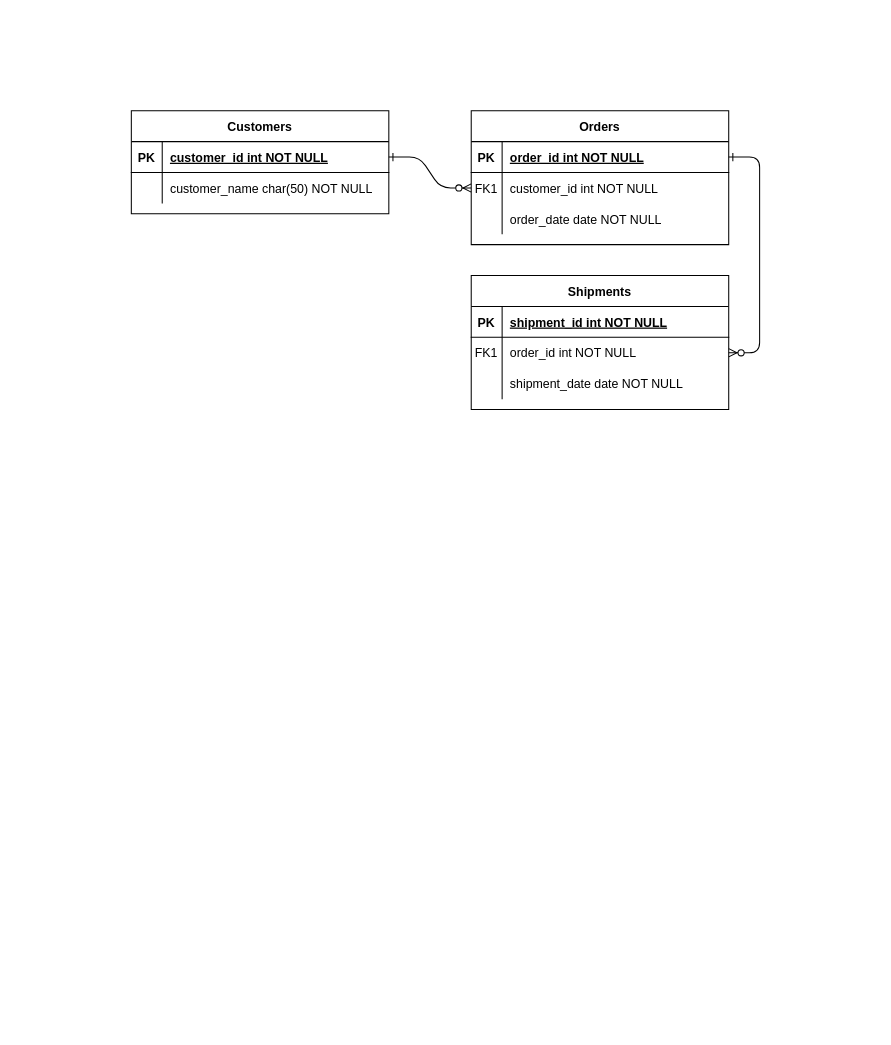
perilloArt3159/database-mysql-assessment keeps this draw.io diagram as erd/ShoppingCartERD.drawio. Above is the earlier version. Source tidied: cells renumbered, new cells numbered last; positions are measured from the earlier drawing's top-left corner, leaving out a move shared by most shapes. Both pictures are drawn from the tidied source at 103%, with x=0, y=0 at pixel (131, 110).
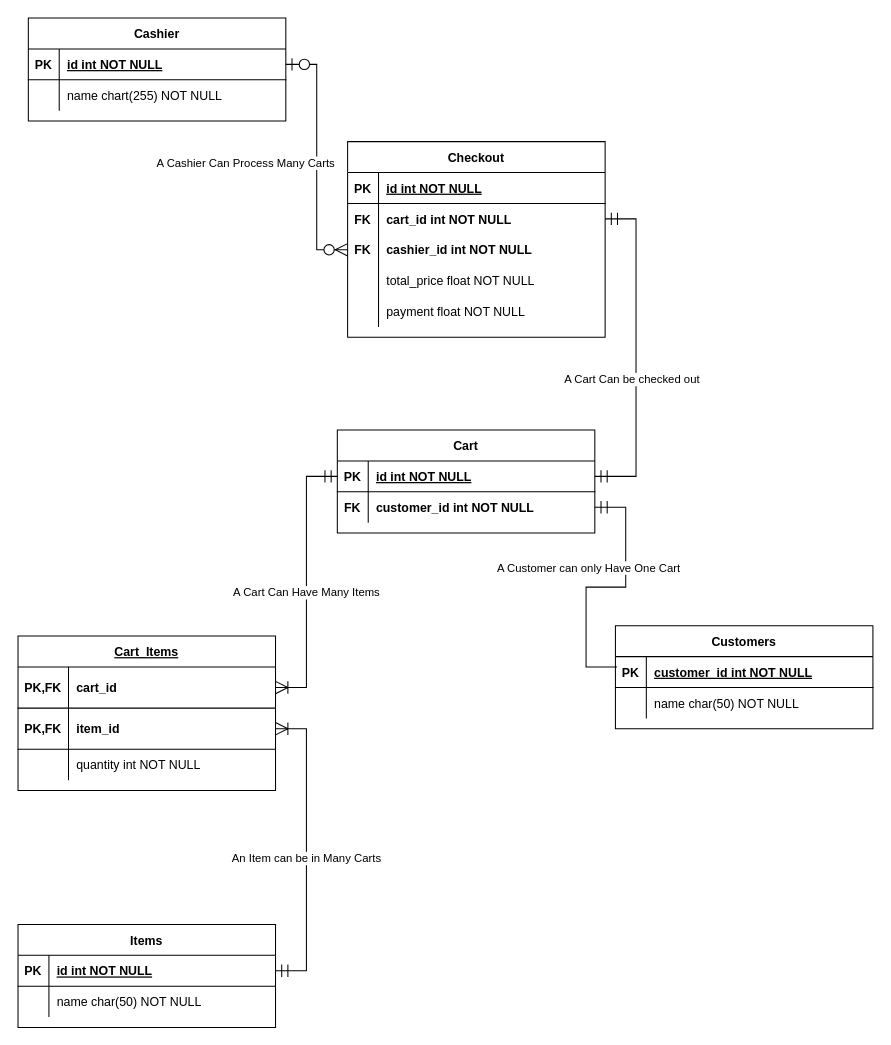
The same diagram, later.

Commit message:
:sparkles: Shopping Cart ERD Done

The change refers to these unchanged cells:
```xml
<mxCell id="5" style="shape=partialRectangle;fillColor=none;points=[[0,0.5],[1,0.5]];portConstraint=eastwest;top=0;left=0;right=0;bottom=1;" parent="4" vertex="1">
  <mxGeometry y="30" width="250" height="30" as="geometry" />
</mxCell>
<mxCell id="15" style="shape=partialRectangle;fillColor=none;points=[[0,0.5],[1,0.5]];portConstraint=eastwest;top=0;left=0;right=0;bottom=1;" parent="14" vertex="1">
  <mxGeometry y="30" width="250" height="30" as="geometry" />
</mxCell>
<mxCell id="25" style="shape=partialRectangle;fillColor=none;points=[[0,0.5],[1,0.5]];portConstraint=eastwest;top=0;left=0;right=0;bottom=1;" parent="24" vertex="1">
  <mxGeometry y="30" width="250" height="30" as="geometry" />
</mxCell>
<mxCell id="28" style="shape=partialRectangle;fillColor=none;top=0;left=0;right=0;bottom=0;" parent="24" vertex="1">
  <mxGeometry y="60" width="250" height="30" as="geometry" />
</mxCell>
```

What changed in the source:
```diff
@@
-    <mxCell id="2" style="edgeStyle=entityRelationEdgeStyle;endArrow=ERzeroToMany;startArrow=ERone;endFill=1;startFill=0;" parent="1" edge="1" source="25" target="8">
-      <mxGeometry relative="1" as="geometry" />
-    </mxCell>
-    <mxCell id="3" style="edgeStyle=entityRelationEdgeStyle;endArrow=ERzeroToMany;startArrow=ERone;endFill=1;startFill=0;" parent="1" edge="1" source="5" target="18">
-      <mxGeometry relative="1" as="geometry" />
-    </mxCell>
-    <mxCell id="4" value="Orders" style="shape=table;startSize=30;childLayout=tableLayout;rowLines=0;fontStyle=1;align=center;" parent="1" vertex="1">
-      <mxGeometry x="330" width="250" height="130" as="geometry" />
+    <mxCell id="4" value="Items" style="shape=table;startSize=30;childLayout=tableLayout;rowLines=0;fontStyle=1;align=center;" parent="1" vertex="1">
+      <mxGeometry x="-110" y="790" width="250" height="100" as="geometry" />
     </mxCell>
@@
-    <mxCell id="7" value="order_id int NOT NULL " style="shape=partialRectangle;overflow=hidden;fillColor=none;top=0;left=0;bottom=0;right=0;align=left;spacingLeft=6;fontStyle=5;" parent="5" vertex="1">
+    <mxCell id="7" value="id int NOT NULL " style="shape=partialRectangle;overflow=hidden;fillColor=none;top=0;left=0;bottom=0;right=0;align=left;spacingLeft=6;fontStyle=5;" parent="5" vertex="1">
       <mxGeometry x="30" width="220" height="30" as="geometry" />
     </mxCell>
-    <mxCell id="8" style="shape=partialRectangle;fillColor=none;points=[[0,0.5],[1,0.5]];portConstraint=eastwest;top=0;left=0;right=0;bottom=0;" parent="4" vertex="1">
-      <mxGeometry y="60" width="250" height="30" as="geometry" />
-    </mxCell>
-    <mxCell id="9" value="FK1" style="shape=partialRectangle;overflow=hidden;fillColor=none;top=0;left=0;bottom=0;right=0;" parent="8" vertex="1">
-      <mxGeometry width="30" height="30" as="geometry" />
-    </mxCell>
-    <mxCell id="10" value="customer_id int NOT NULL" style="shape=partialRectangle;overflow=hidden;fillColor=none;top=0;left=0;bottom=0;right=0;align=left;spacingLeft=6;" parent="8" vertex="1">
-      <mxGeometry x="30" width="220" height="30" as="geometry" />
-    </mxCell>
     <mxCell id="11" style="shape=partialRectangle;fillColor=none;top=0;left=0;right=0;bottom=0;" parent="4" vertex="1">
-      <mxGeometry y="90" width="250" height="30" as="geometry" />
+      <mxGeometry y="60" width="250" height="30" as="geometry" />
     </mxCell>
@@
-    <mxCell id="13" value="order_date date NOT NULL" style="shape=partialRectangle;overflow=hidden;fillColor=none;top=0;left=0;bottom=0;right=0;align=left;spacingLeft=6;" parent="11" vertex="1">
+    <mxCell id="13" value="name char(50) NOT NULL" style="shape=partialRectangle;overflow=hidden;fillColor=none;top=0;left=0;bottom=0;right=0;align=left;spacingLeft=6;" parent="11" vertex="1">
       <mxGeometry x="30" width="220" height="30" as="geometry" />
     </mxCell>
-    <mxCell id="14" value="Shipments" style="shape=table;startSize=30;childLayout=tableLayout;rowLines=0;fontStyle=1;align=center;" parent="1" vertex="1">
-      <mxGeometry x="330" y="160" width="250" height="130" as="geometry" />
+    <mxCell id="14" value="Cashier" style="shape=table;startSize=30;childLayout=tableLayout;rowLines=0;fontStyle=1;align=center;" parent="1" vertex="1">
+      <mxGeometry x="-100" y="-90" width="250" height="100" as="geometry" />
     </mxCell>
@@
-    <mxCell id="17" value="shipment_id int NOT NULL " style="shape=partialRectangle;overflow=hidden;fillColor=none;top=0;left=0;bottom=0;right=0;align=left;spacingLeft=6;fontStyle=5;" parent="15" vertex="1">
+    <mxCell id="17" value="id int NOT NULL " style="shape=partialRectangle;overflow=hidden;fillColor=none;top=0;left=0;bottom=0;right=0;align=left;spacingLeft=6;fontStyle=5;" parent="15" vertex="1">
       <mxGeometry x="30" width="220" height="30" as="geometry" />
     </mxCell>
-    <mxCell id="18" style="shape=partialRectangle;fillColor=none;points=[[0,0.5],[1,0.5]];portConstraint=eastwest;top=0;left=0;right=0;bottom=0;" parent="14" vertex="1">
-      <mxGeometry y="60" width="250" height="30" as="geometry" />
-    </mxCell>
-    <mxCell id="19" value="FK1" style="shape=partialRectangle;overflow=hidden;fillColor=none;top=0;left=0;bottom=0;right=0;" parent="18" vertex="1">
-      <mxGeometry width="30" height="30" as="geometry" />
-    </mxCell>
-    <mxCell id="20" value="order_id int NOT NULL" style="shape=partialRectangle;overflow=hidden;fillColor=none;top=0;left=0;bottom=0;right=0;align=left;spacingLeft=6;" parent="18" vertex="1">
-      <mxGeometry x="30" width="220" height="30" as="geometry" />
-    </mxCell>
     <mxCell id="21" style="shape=partialRectangle;fillColor=none;top=0;left=0;right=0;bottom=0;" parent="14" vertex="1">
-      <mxGeometry y="90" width="250" height="30" as="geometry" />
+      <mxGeometry y="60" width="250" height="30" as="geometry" />
     </mxCell>
@@
-    <mxCell id="23" value="shipment_date date NOT NULL" style="shape=partialRectangle;overflow=hidden;fillColor=none;top=0;left=0;bottom=0;right=0;align=left;spacingLeft=6;" parent="21" vertex="1">
+    <mxCell id="23" value="name chart(255) NOT NULL" style="shape=partialRectangle;overflow=hidden;fillColor=none;top=0;left=0;bottom=0;right=0;align=left;spacingLeft=6;" parent="21" vertex="1">
       <mxGeometry x="30" width="220" height="30" as="geometry" />
     </mxCell>
     <mxCell id="24" value="Customers" style="shape=table;startSize=30;childLayout=tableLayout;rowLines=0;fontStyle=1;align=center;" parent="1" vertex="1">
-      <mxGeometry width="250" height="100" as="geometry" />
+      <mxGeometry x="470" y="500" width="250" height="100" as="geometry" />
     </mxCell>
@@
-    <mxCell id="30" value="customer_name char(50) NOT NULL" style="shape=partialRectangle;overflow=hidden;fillColor=none;top=0;left=0;bottom=0;right=0;align=left;spacingLeft=6;" parent="28" vertex="1">
+    <mxCell id="30" value="name char(50) NOT NULL" style="shape=partialRectangle;overflow=hidden;fillColor=none;top=0;left=0;bottom=0;right=0;align=left;spacingLeft=6;" parent="28" vertex="1">
       <mxGeometry x="30" width="220" height="30" as="geometry" />
     </mxCell>
+    <mxCell id="31" value="Cart" style="shape=table;startSize=30;childLayout=tableLayout;rowLines=0;fontStyle=1;align=center;" parent="1" vertex="1">
+      <mxGeometry x="200" y="310" width="250" height="100" as="geometry" />
+    </mxCell>
+    <mxCell id="32" style="shape=partialRectangle;fillColor=none;points=[[0,0.5],[1,0.5]];portConstraint=eastwest;top=0;left=0;right=0;bottom=1;" parent="31" vertex="1">
+      <mxGeometry y="30" width="250" height="30" as="geometry" />
+    </mxCell>
+    <mxCell id="33" value="PK" style="shape=partialRectangle;overflow=hidden;fillColor=none;top=0;left=0;bottom=0;right=0;fontStyle=1;" parent="32" vertex="1">
+      <mxGeometry width="30" height="30" as="geometry" />
+    </mxCell>
+    <mxCell id="34" value="id int NOT NULL " style="shape=partialRectangle;overflow=hidden;fillColor=none;top=0;left=0;bottom=0;right=0;align=left;spacingLeft=6;fontStyle=5;" parent="32" vertex="1">
+      <mxGeometry x="30" width="220" height="30" as="geometry" />
+    </mxCell>
+    <mxCell id="35" style="shape=partialRectangle;fillColor=none;points=[[0,0.5],[1,0.5]];portConstraint=eastwest;top=0;left=0;right=0;bottom=0;" parent="31" vertex="1">
+      <mxGeometry y="60" width="250" height="30" as="geometry" />
+    </mxCell>
+    <mxCell id="36" value="FK" style="shape=partialRectangle;overflow=hidden;fillColor=none;top=0;left=0;bottom=0;right=0;fontStyle=1;" parent="35" vertex="1">
+      <mxGeometry width="30" height="30" as="geometry" />
+    </mxCell>
+    <mxCell id="10" value="customer_id int NOT NULL" style="shape=partialRectangle;overflow=hidden;fillColor=none;top=0;left=0;bottom=0;right=0;align=left;spacingLeft=6;fontStyle=1;" parent="35" vertex="1">
+      <mxGeometry x="30" width="220" height="30" as="geometry" />
+    </mxCell>
+    <mxCell id="37" value="Cart_Items" style="shape=table;startSize=30;childLayout=tableLayout;rowLines=0;fontStyle=5;align=center;" parent="1" vertex="1">
+      <mxGeometry x="-110" y="510" width="250" height="150" as="geometry" />
+    </mxCell>
+    <mxCell id="38" style="shape=partialRectangle;fillColor=none;points=[[0,0.5],[1,0.5]];portConstraint=eastwest;top=0;left=0;right=0;bottom=1;" parent="37" vertex="1">
+      <mxGeometry y="30" width="250" height="40" as="geometry" />
+    </mxCell>
+    <mxCell id="39" value="PK,FK" style="shape=partialRectangle;overflow=hidden;fillColor=none;top=0;left=0;bottom=0;right=0;fontStyle=1;" parent="38" vertex="1">
+      <mxGeometry width="49" height="40" as="geometry" />
+    </mxCell>
+    <mxCell id="40" value="cart_id" style="shape=partialRectangle;overflow=hidden;fillColor=none;top=0;left=0;bottom=0;right=0;align=left;spacingLeft=6;fontStyle=1;" parent="38" vertex="1">
+      <mxGeometry x="49" width="201" height="40" as="geometry" />
+    </mxCell>
+    <mxCell id="41" style="shape=partialRectangle;fillColor=none;points=[[0,0.5],[1,0.5]];portConstraint=eastwest;top=0;left=0;right=0;bottom=1;" parent="37" vertex="1">
+      <mxGeometry y="70" width="250" height="40" as="geometry" />
+    </mxCell>
+    <mxCell id="42" value="PK,FK" style="shape=partialRectangle;overflow=hidden;fillColor=none;top=0;left=0;bottom=0;right=0;fontStyle=1;" parent="41" vertex="1">
+      <mxGeometry width="49" height="40" as="geometry" />
+    </mxCell>
+    <mxCell id="43" value="item_id" style="shape=partialRectangle;overflow=hidden;fillColor=none;top=0;left=0;bottom=0;right=0;align=left;spacingLeft=6;fontStyle=1;" parent="41" vertex="1">
+      <mxGeometry x="49" width="201" height="40" as="geometry" />
+    </mxCell>
+    <mxCell id="44" style="shape=partialRectangle;fillColor=none;top=0;left=0;right=0;bottom=0;" parent="37" vertex="1">
+      <mxGeometry y="110" width="250" height="30" as="geometry" />
+    </mxCell>
+    <mxCell id="45" style="shape=partialRectangle;overflow=hidden;fillColor=none;top=0;left=0;bottom=0;right=0;fontStyle=0;" parent="44" vertex="1">
+      <mxGeometry width="49" height="30" as="geometry" />
+    </mxCell>
+    <mxCell id="46" value="quantity int NOT NULL" style="shape=partialRectangle;overflow=hidden;fillColor=none;top=0;left=0;bottom=0;right=0;align=left;spacingLeft=6;fontStyle=0;" parent="44" vertex="1">
+      <mxGeometry x="49" width="201" height="30" as="geometry" />
+    </mxCell>
+    <mxCell id="47" value="Checkout" style="shape=table;startSize=30;childLayout=tableLayout;rowLines=0;fontStyle=1;align=center;" parent="1" vertex="1">
+      <mxGeometry x="210" y="30" width="250" height="190" as="geometry" />
+    </mxCell>
+    <mxCell id="48" style="shape=partialRectangle;fillColor=none;top=0;left=0;right=0;bottom=1;" parent="47" vertex="1">
+      <mxGeometry y="30" width="250" height="30" as="geometry" />
+    </mxCell>
+    <mxCell id="49" value="PK" style="shape=partialRectangle;overflow=hidden;fillColor=none;top=0;left=0;bottom=0;right=0;fontStyle=1;" parent="48" vertex="1">
+      <mxGeometry width="30" height="30" as="geometry" />
+    </mxCell>
+    <mxCell id="50" value="id int NOT NULL " style="shape=partialRectangle;overflow=hidden;fillColor=none;top=0;left=0;bottom=0;right=0;align=left;spacingLeft=6;fontStyle=5;" parent="48" vertex="1">
+      <mxGeometry x="30" width="220" height="30" as="geometry" />
+    </mxCell>
+    <mxCell id="51" style="shape=partialRectangle;fillColor=none;points=[[0,0.5],[1,0.5]];portConstraint=eastwest;top=0;left=0;right=0;bottom=0;" parent="47" vertex="1">
+      <mxGeometry y="60" width="250" height="30" as="geometry" />
+    </mxCell>
+    <mxCell id="52" value="FK" style="shape=partialRectangle;overflow=hidden;fillColor=none;top=0;left=0;bottom=0;right=0;fontStyle=1;" parent="51" vertex="1">
+      <mxGeometry width="30" height="30" as="geometry" />
+    </mxCell>
+    <mxCell id="53" value="cart_id int NOT NULL" style="shape=partialRectangle;overflow=hidden;fillColor=none;top=0;left=0;bottom=0;right=0;align=left;spacingLeft=6;fontStyle=1;" parent="51" vertex="1">
+      <mxGeometry x="30" width="220" height="30" as="geometry" />
+    </mxCell>
+    <mxCell id="54" style="shape=partialRectangle;fillColor=none;points=[[0,0.5],[1,0.5]];portConstraint=eastwest;top=0;left=0;right=0;bottom=0;" parent="47" vertex="1">
+      <mxGeometry y="90" width="250" height="30" as="geometry" />
+    </mxCell>
+    <mxCell id="55" value="FK" style="shape=partialRectangle;overflow=hidden;fillColor=none;top=0;left=0;bottom=0;right=0;fontStyle=1;" parent="54" vertex="1">
+      <mxGeometry width="30" height="30" as="geometry" />
+    </mxCell>
+    <mxCell id="56" value="cashier_id int NOT NULL" style="shape=partialRectangle;overflow=hidden;fillColor=none;top=0;left=0;bottom=0;right=0;align=left;spacingLeft=6;fontStyle=1;" parent="54" vertex="1">
+      <mxGeometry x="30" width="220" height="30" as="geometry" />
+    </mxCell>
+    <mxCell id="57" style="shape=partialRectangle;fillColor=none;top=0;left=0;right=0;bottom=0;" parent="47" vertex="1">
+      <mxGeometry y="120" width="250" height="30" as="geometry" />
+    </mxCell>
+    <mxCell id="58" style="shape=partialRectangle;overflow=hidden;fillColor=none;top=0;left=0;bottom=0;right=0;fontStyle=1;" parent="57" vertex="1">
+      <mxGeometry width="30" height="30" as="geometry" />
+    </mxCell>
+    <mxCell id="59" value="total_price float NOT NULL" style="shape=partialRectangle;overflow=hidden;fillColor=none;top=0;left=0;bottom=0;right=0;align=left;spacingLeft=6;fontStyle=0;" parent="57" vertex="1">
+      <mxGeometry x="30" width="220" height="30" as="geometry" />
+    </mxCell>
+    <mxCell id="60" style="shape=partialRectangle;fillColor=none;top=0;left=0;right=0;bottom=0;" parent="47" vertex="1">
+      <mxGeometry y="150" width="250" height="30" as="geometry" />
+    </mxCell>
+    <mxCell id="61" style="shape=partialRectangle;overflow=hidden;fillColor=none;top=0;left=0;bottom=0;right=0;fontStyle=1;" parent="60" vertex="1">
+      <mxGeometry width="30" height="30" as="geometry" />
+    </mxCell>
+    <mxCell id="62" value="payment float NOT NULL" style="shape=partialRectangle;overflow=hidden;fillColor=none;top=0;left=0;bottom=0;right=0;align=left;spacingLeft=6;fontStyle=0;" parent="60" vertex="1">
+      <mxGeometry x="30" width="220" height="30" as="geometry" />
+    </mxCell>
+    <mxCell id="63" style="edgeStyle=entityRelationEdgeStyle;fontSize=12;html=1;endArrow=ERmandOne;rounded=0;startSize=10;endSize=10;exitX=0.006;exitY=0.335;exitDx=0;exitDy=0;exitPerimeter=0;" parent="1" edge="1" source="25" target="35">
+      <mxGeometry relative="1" as="geometry" />
+    </mxCell>
+    <mxCell id="64" value="A Customer can only Have One Cart" style="edgeLabel;html=1;align=center;verticalAlign=middle;" parent="63" vertex="1">
+      <mxGeometry x="-0.12" y="-1" relative="1" as="geometry">
+        <mxPoint x="-2" y="-20" as="offset" />
+      </mxGeometry>
+    </mxCell>
+    <mxCell id="65" style="edgeStyle=entityRelationEdgeStyle;fontSize=12;html=1;endArrow=ERoneToMany;startArrow=ERmandOne;rounded=0;startSize=10;endSize=10;exitX=0;exitY=0.5;exitDx=0;exitDy=0;entryX=1;entryY=0.5;entryDx=0;entryDy=0;" parent="1" edge="1" source="32" target="38">
+      <mxGeometry relative="1" as="geometry" />
+    </mxCell>
+    <mxCell id="66" value="A Cart Can Have Many Items" style="edgeLabel;html=1;align=center;verticalAlign=middle;" parent="65" vertex="1">
+      <mxGeometry x="0.07" y="-1" relative="1" as="geometry" />
+    </mxCell>
+    <mxCell id="67" style="edgeStyle=entityRelationEdgeStyle;fontSize=12;html=1;endArrow=ERzeroToMany;startArrow=ERzeroToOne;rounded=0;startSize=10;endSize=10;entryX=0;entryY=0.5;entryDx=0;entryDy=0;exitX=1;exitY=0.5;exitDx=0;exitDy=0;" parent="1" edge="1" source="15" target="54">
+      <mxGeometry relative="1" as="geometry" />
+    </mxCell>
+    <mxCell id="68" value="A Cashier Can Process Many Carts" style="edgeLabel;html=1;align=center;verticalAlign=middle;" parent="67" vertex="1">
+      <mxGeometry x="-0.05" y="-4" relative="1" as="geometry">
+        <mxPoint x="-66" y="11" as="offset" />
+      </mxGeometry>
+    </mxCell>
+    <mxCell id="69" style="edgeStyle=entityRelationEdgeStyle;fontSize=12;html=1;endArrow=ERoneToMany;startArrow=ERmandOne;rounded=0;startSize=10;endSize=10;exitX=1;exitY=0.5;exitDx=0;exitDy=0;entryX=1;entryY=0.5;entryDx=0;entryDy=0;" parent="1" edge="1" source="5" target="41">
+      <mxGeometry relative="1" as="geometry" />
+    </mxCell>
+    <mxCell id="70" value="An Item can be in Many Carts" style="edgeLabel;html=1;align=center;verticalAlign=middle;" parent="69" vertex="1">
+      <mxGeometry x="-0.05" y="1" relative="1" as="geometry" />
+    </mxCell>
+    <mxCell id="71" style="edgeStyle=entityRelationEdgeStyle;fontSize=12;html=1;endArrow=ERmandOne;startArrow=ERmandOne;rounded=0;startSize=10;endSize=10;exitX=1;exitY=0.5;exitDx=0;exitDy=0;" parent="1" edge="1" source="32" target="51">
+      <mxGeometry relative="1" as="geometry" />
+    </mxCell>
+    <mxCell id="72" value="A Cart Can be checked out" style="edgeLabel;html=1;align=center;verticalAlign=middle;" parent="71" vertex="1">
+      <mxGeometry x="0.01" y="3" relative="1" as="geometry">
+        <mxPoint x="-2" y="27" as="offset" />
+      </mxGeometry>
+    </mxCell>
```
